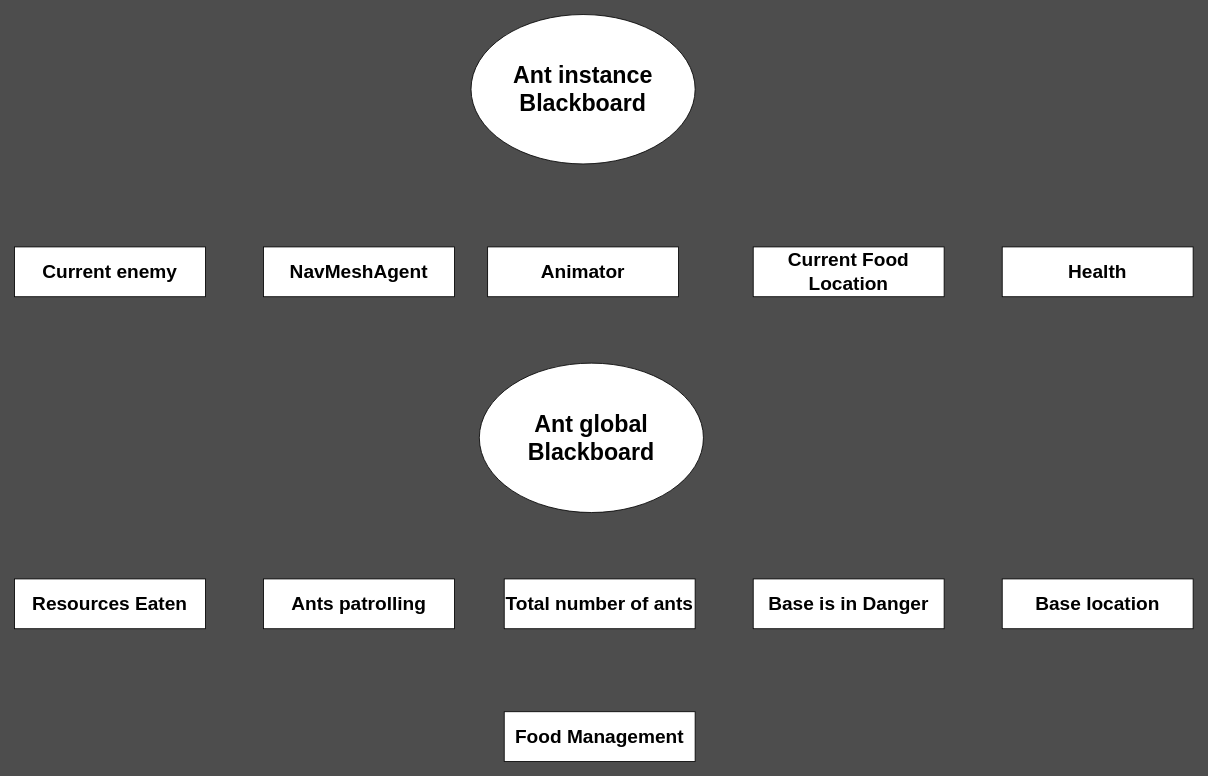
arturo101199/GardenBattle keeps this draw.io diagram as page "Blackboard" (5 of 5) of Design/Ant.drawio. Above is the earlier version. Source tidied: cells renumbered, new cells numbered last; positions are measured from the earlier drawing's top-left corner, leaving out a move shared by most shapes. Both pictures are drawn from the tidied source at 83%, with x=0, y=0 at pixel (14, 14).
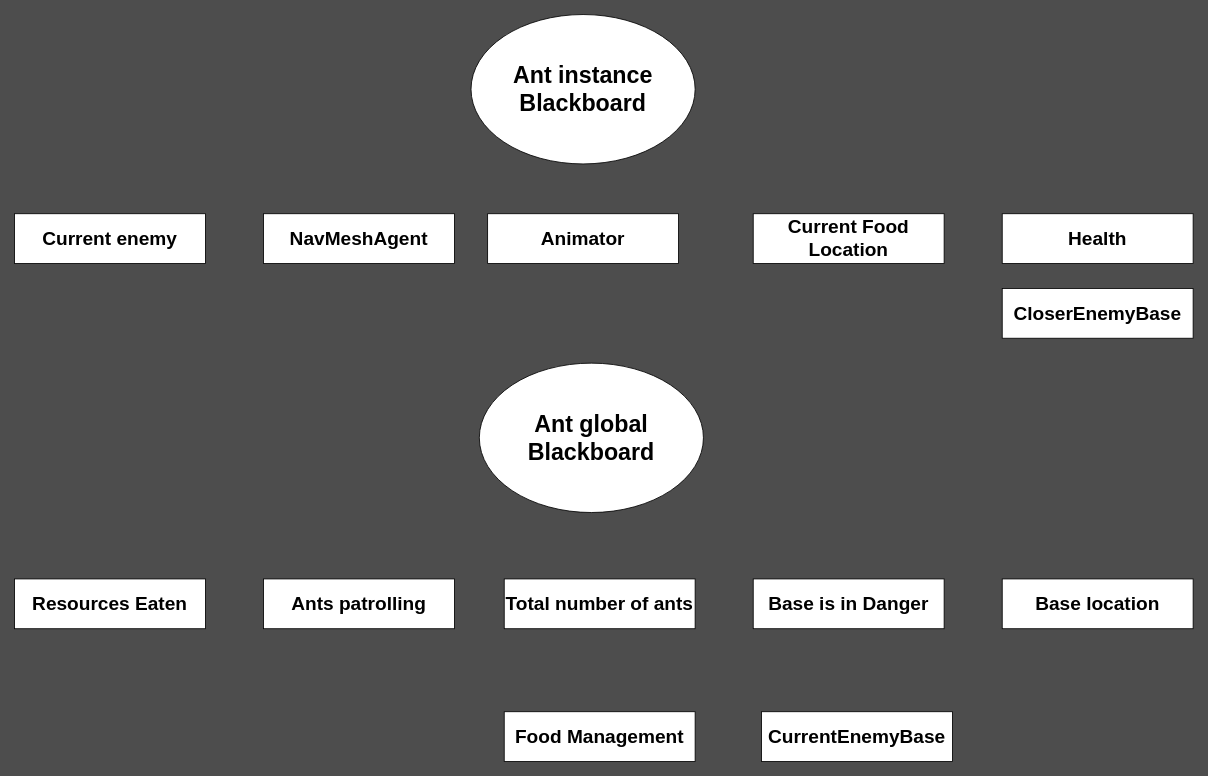
After the change.

Change to the diagram source:
```diff
@@
 <mxGraphModel background="#4D4D4D">
   <root>
     <mxCell id="0" />
     <mxCell id="1" parent="0" />
     <mxCell id="2" value="&lt;font style=&quot;font-size: 28px&quot;&gt;&lt;b&gt;Ant instance Blackboard&lt;/b&gt;&lt;/font&gt;" style="ellipse;whiteSpace=wrap;html=1;" parent="1" vertex="1">
       <mxGeometry x="550" width="270" height="180" as="geometry" />
     </mxCell>
     <mxCell id="3" value="&lt;font style=&quot;font-size: 23px&quot;&gt;&lt;b&gt;Resources Eaten&lt;/b&gt;&lt;/font&gt;" style="rounded=0;whiteSpace=wrap;html=1;" parent="1" vertex="1">
       <mxGeometry y="680" width="230" height="60" as="geometry" />
     </mxCell>
     <mxCell id="4" value="&lt;font style=&quot;font-size: 23px&quot;&gt;&lt;b&gt;Animator&lt;/b&gt;&lt;/font&gt;" style="rounded=0;whiteSpace=wrap;html=1;" parent="1" vertex="1">
-      <mxGeometry x="570" y="280" width="230" height="60" as="geometry" />
+      <mxGeometry x="570" y="240" width="230" height="60" as="geometry" />
     </mxCell>
     <mxCell id="5" value="&lt;font style=&quot;font-size: 23px&quot;&gt;&lt;b&gt;Current Food Location&lt;br&gt;&lt;/b&gt;&lt;/font&gt;" style="rounded=0;whiteSpace=wrap;html=1;" parent="1" vertex="1">
-      <mxGeometry x="890" y="280" width="230" height="60" as="geometry" />
+      <mxGeometry x="890" y="240" width="230" height="60" as="geometry" />
     </mxCell>
     <mxCell id="6" value="&lt;font style=&quot;font-size: 23px&quot;&gt;&lt;b&gt;Base location&lt;br&gt;&lt;/b&gt;&lt;/font&gt;" style="rounded=0;whiteSpace=wrap;html=1;" parent="1" vertex="1">
       <mxGeometry x="1190" y="680" width="230" height="60" as="geometry" />
     </mxCell>
     <mxCell id="7" value="&lt;font style=&quot;font-size: 23px&quot;&gt;&lt;b&gt;Current enemy&lt;/b&gt;&lt;/font&gt;" style="rounded=0;whiteSpace=wrap;html=1;" parent="1" vertex="1">
-      <mxGeometry y="280" width="230" height="60" as="geometry" />
+      <mxGeometry y="240" width="230" height="60" as="geometry" />
     </mxCell>
     <mxCell id="8" value="&lt;span style=&quot;font-size: 23px&quot;&gt;&lt;b&gt;Total number of ants&lt;/b&gt;&lt;/span&gt;" style="rounded=0;whiteSpace=wrap;html=1;" parent="1" vertex="1">
       <mxGeometry x="590" y="680" width="230" height="60" as="geometry" />
     </mxCell>
     <mxCell id="9" value="&lt;span style=&quot;font-size: 23px&quot;&gt;&lt;b&gt;Ants patrolling&lt;/b&gt;&lt;/span&gt;" style="rounded=0;whiteSpace=wrap;html=1;" parent="1" vertex="1">
       <mxGeometry x="300" y="680" width="230" height="60" as="geometry" />
     </mxCell>
     <mxCell id="10" value="&lt;span style=&quot;font-size: 23px&quot;&gt;&lt;b&gt;Base is in Danger&lt;/b&gt;&lt;/span&gt;" style="rounded=0;whiteSpace=wrap;html=1;" parent="1" vertex="1">
       <mxGeometry x="890" y="680" width="230" height="60" as="geometry" />
     </mxCell>
     <mxCell id="11" value="&lt;span style=&quot;font-size: 23px&quot;&gt;&lt;b&gt;Health&lt;/b&gt;&lt;/span&gt;" style="rounded=0;whiteSpace=wrap;html=1;" parent="1" vertex="1">
-      <mxGeometry x="1190" y="280" width="230" height="60" as="geometry" />
+      <mxGeometry x="1190" y="240" width="230" height="60" as="geometry" />
     </mxCell>
     <mxCell id="12" value="&lt;font style=&quot;font-size: 28px&quot;&gt;&lt;b&gt;Ant global Blackboard&lt;/b&gt;&lt;/font&gt;" style="ellipse;whiteSpace=wrap;html=1;" parent="1" vertex="1">
       <mxGeometry x="560" y="420" width="270" height="180" as="geometry" />
     </mxCell>
     <mxCell id="13" value="&lt;span style=&quot;font-size: 23px&quot;&gt;&lt;b&gt;Food Management&lt;br&gt;&lt;/b&gt;&lt;/span&gt;" style="rounded=0;whiteSpace=wrap;html=1;" parent="1" vertex="1">
       <mxGeometry x="590" y="840" width="230" height="60" as="geometry" />
     </mxCell>
     <mxCell id="14" value="&lt;font style=&quot;font-size: 23px&quot;&gt;&lt;b&gt;NavMeshAgent&lt;br&gt;&lt;/b&gt;&lt;/font&gt;" style="rounded=0;whiteSpace=wrap;html=1;" parent="1" vertex="1">
-      <mxGeometry x="300" y="280" width="230" height="60" as="geometry" />
+      <mxGeometry x="300" y="240" width="230" height="60" as="geometry" />
     </mxCell>
+    <mxCell id="15" value="&lt;span style=&quot;font-size: 23px&quot;&gt;&lt;b&gt;CurrentEnemyBase&lt;/b&gt;&lt;/span&gt;" style="rounded=0;whiteSpace=wrap;html=1;" parent="1" vertex="1">
+      <mxGeometry x="900" y="840" width="230" height="60" as="geometry" />
+    </mxCell>
+    <mxCell id="16" value="&lt;span style=&quot;font-size: 23px&quot;&gt;&lt;b&gt;CloserEnemyBase&lt;/b&gt;&lt;/span&gt;" style="rounded=0;whiteSpace=wrap;html=1;" parent="1" vertex="1">
+      <mxGeometry x="1190" y="330" width="230" height="60" as="geometry" />
+    </mxCell>
   </root>
 </mxGraphModel>
```
